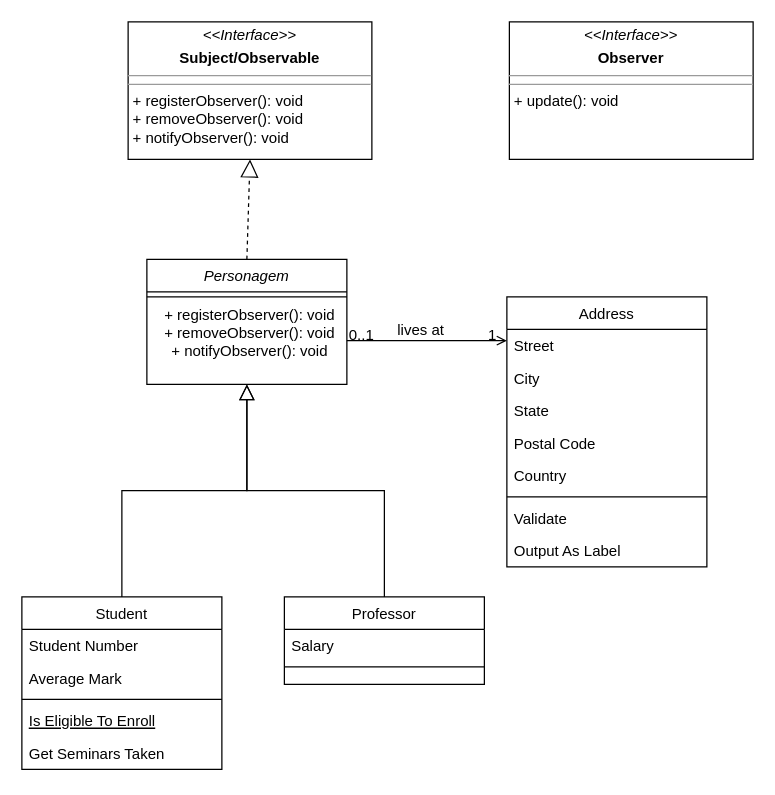
Above: Pratica3.drawio in annaletycia/POO1 (draw.io), before the change. Source tidied: cells renumbered, new cells numbered last; positions are measured from the earlier drawing's top-left corner, leaving out a move shared by most shapes. Both pictures are drawn from the tidied source at 125%, with x=0, y=0 at pixel (21, 21).
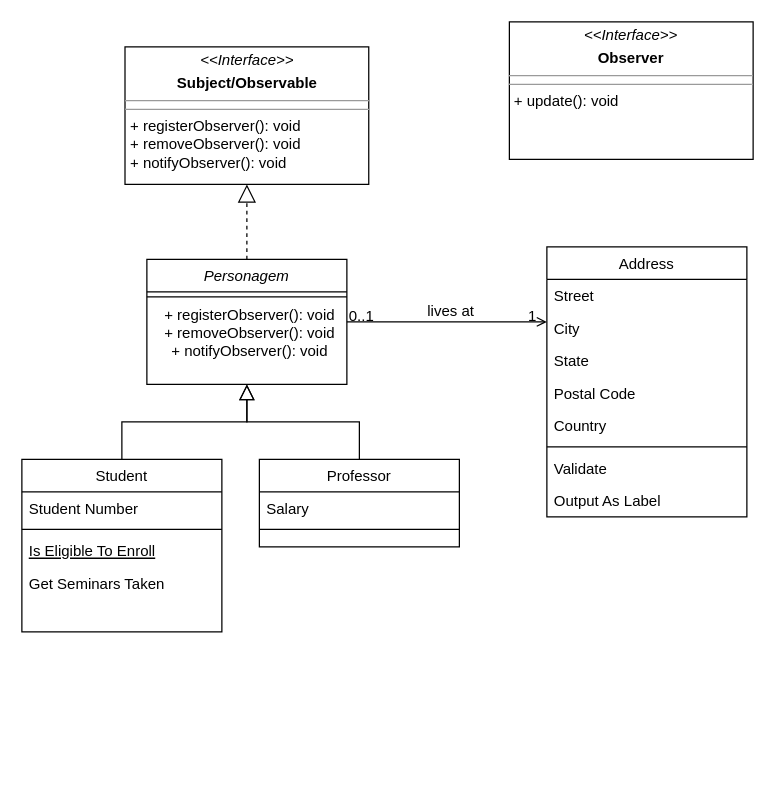
The same page after the edit.

Diff of the diagram source:
```diff
@@
     <mxCell id="5" value="Student" style="swimlane;fontStyle=0;align=center;verticalAlign=top;horizontal=1;startSize=26;rounded=0;shadow=0;strokeWidth=1;" parent="1" vertex="1">
-      <mxGeometry y="460" width="160" height="138" as="geometry" />
+      <mxGeometry y="350" width="160" height="138" as="geometry" />
     </mxCell>
@@
-    <mxCell id="7" value="Average Mark" style="text;align=left;verticalAlign=top;spacingLeft=4;spacingRight=4;overflow=hidden;rounded=0;shadow=0;html=0;" parent="5" vertex="1">
-      <mxGeometry y="52" width="160" height="26" as="geometry" />
-    </mxCell>
     <mxCell id="8" style="line;html=1;strokeWidth=1;align=left;verticalAlign=middle;spacingTop=-1;spacingLeft=3;spacingRight=3;labelPosition=right;" parent="5" vertex="1">
-      <mxGeometry y="78" width="160" height="8" as="geometry" />
+      <mxGeometry y="52" width="160" height="8" as="geometry" />
     </mxCell>
     <mxCell id="9" value="Is Eligible To Enroll" style="text;align=left;verticalAlign=top;spacingLeft=4;spacingRight=4;overflow=hidden;fontStyle=4;" parent="5" vertex="1">
-      <mxGeometry y="86" width="160" height="26" as="geometry" />
+      <mxGeometry y="60" width="160" height="26" as="geometry" />
     </mxCell>
     <mxCell id="10" value="Get Seminars Taken" style="text;align=left;verticalAlign=top;spacingLeft=4;spacingRight=4;overflow=hidden;" parent="5" vertex="1">
-      <mxGeometry y="112" width="160" height="26" as="geometry" />
+      <mxGeometry y="86" width="160" height="26" as="geometry" />
     </mxCell>
@@
     <mxCell id="12" value="Professor" style="swimlane;fontStyle=0;align=center;verticalAlign=top;horizontal=1;startSize=26;rounded=0;shadow=0;strokeWidth=1;" parent="1" vertex="1">
-      <mxGeometry x="210" y="460" width="160" height="70" as="geometry" />
+      <mxGeometry x="190" y="350" width="160" height="70" as="geometry" />
     </mxCell>
@@
     <mxCell id="16" value="Address" style="swimlane;fontStyle=0;align=center;verticalAlign=top;horizontal=1;startSize=26;rounded=0;shadow=0;strokeWidth=1;" parent="1" vertex="1">
-      <mxGeometry x="388" y="220" width="160" height="216" as="geometry" />
+      <mxGeometry x="420" y="180" width="160" height="216" as="geometry" />
     </mxCell>
@@
     <mxCell id="29" value="&lt;p style=&quot;margin: 0px ; margin-top: 4px ; text-align: center&quot;&gt;&lt;i&gt;&amp;lt;&amp;lt;Interface&amp;gt;&amp;gt;&lt;/i&gt;&lt;b&gt;&lt;br&gt;&lt;/b&gt;&lt;/p&gt;&lt;p style=&quot;margin: 0px ; margin-top: 4px ; text-align: center&quot;&gt;&lt;b&gt;Subject/Observable&lt;/b&gt;&lt;br&gt;&lt;b&gt;&lt;/b&gt;&lt;/p&gt;&lt;hr size=&quot;1&quot;&gt;&lt;hr size=&quot;1&quot;&gt;&lt;p style=&quot;margin: 0px ; margin-left: 4px&quot;&gt;+ registerObserver(): void&lt;br&gt;+ removeObserver(): void&lt;/p&gt;&lt;p style=&quot;margin: 0px ; margin-left: 4px&quot;&gt;+ notifyObserver(): void&lt;/p&gt;" style="verticalAlign=top;align=left;overflow=fill;fontSize=12;fontFamily=Helvetica;html=1;" parent="1" vertex="1">
-      <mxGeometry x="85" width="195" height="110" as="geometry" />
+      <mxGeometry x="82.5" y="20" width="195" height="110" as="geometry" />
     </mxCell>
```
